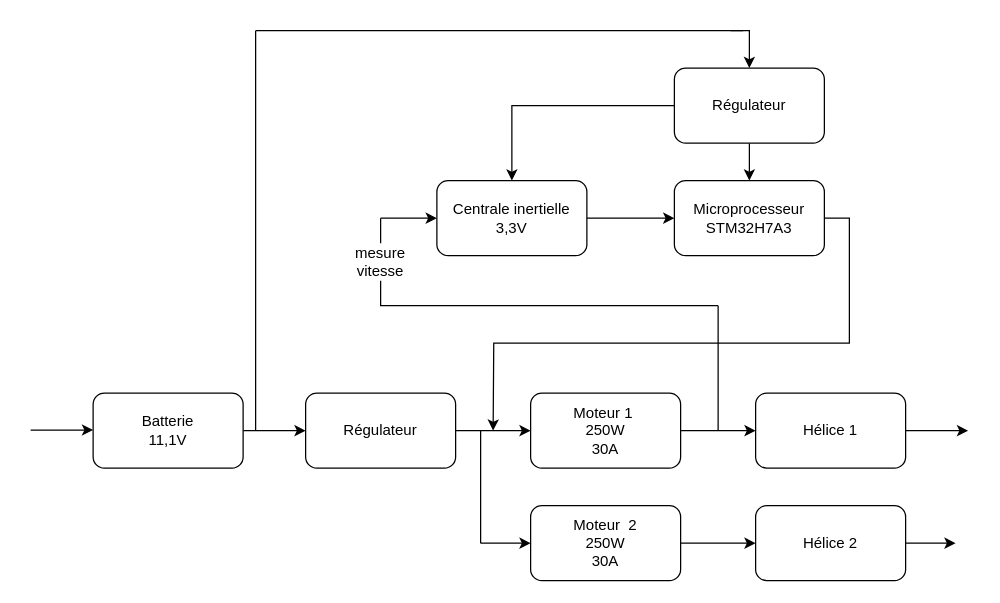
The draw.io diagram Diagramme sans nom.drawio in 0reoAurelien/projet-hovercraft, before the edit. Source tidied: cells renumbered, new cells numbered last; positions are measured from the earlier drawing's top-left corner, leaving out a move shared by most shapes. Both pictures are drawn from the tidied source at 125%, with x=0, y=0 at pixel (30, 30).
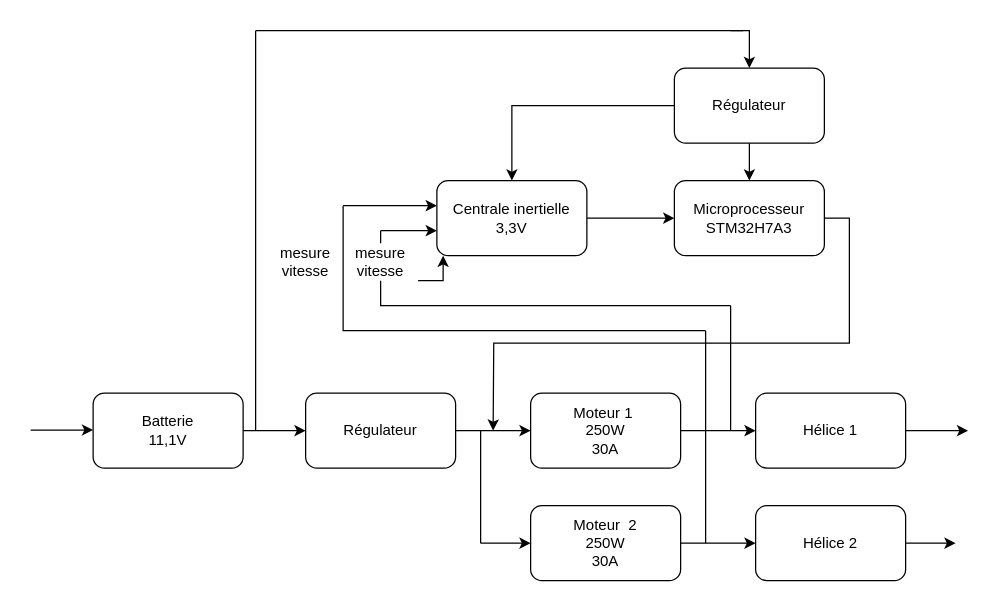
The same page after the edit.

Unchanged cells that the change refers to:
```xml
<mxCell id="5" value="Centrale inertielle&lt;br&gt;3,3V" style="rounded=1;whiteSpace=wrap;html=1;" parent="1" vertex="1">
  <mxGeometry x="325" y="120" width="120" height="60" as="geometry" />
</mxCell>
<mxCell id="31" value="mesure vitesse" style="text;html=1;strokeColor=none;fillColor=none;align=center;verticalAlign=middle;whiteSpace=wrap;rounded=0;" parent="1" vertex="1">
  <mxGeometry x="250" y="170" width="60" height="30" as="geometry" />
</mxCell>
```

Diff of the diagram source:
```diff
@@
     <mxCell id="17" style="endArrow=classic;html=1;rounded=0;" parent="1" edge="1">
       <mxGeometry relative="1" as="geometry">
-        <mxPoint x="280" y="150" as="sourcePoint" />
-        <mxPoint x="325" y="150" as="targetPoint" />
+        <mxPoint x="280" y="160" as="sourcePoint" />
+        <mxPoint x="325" y="160" as="targetPoint" />
       </mxGeometry>
     </mxCell>
     <mxCell id="18" style="endArrow=none;html=1;rounded=0;" parent="1" edge="1">
       <mxGeometry relative="1" as="geometry">
-        <mxPoint x="550" y="320" as="sourcePoint" />
-        <mxPoint x="550" y="220" as="targetPoint" />
+        <mxPoint x="560" y="320" as="sourcePoint" />
+        <mxPoint x="560" y="220" as="targetPoint" />
       </mxGeometry>
     </mxCell>
@@
     <mxCell id="26" style="endArrow=none;html=1;rounded=0;" parent="1" edge="1" source="31">
       <mxGeometry relative="1" as="geometry">
-        <mxPoint x="280" y="150" as="targetPoint" />
+        <mxPoint x="280" y="160" as="targetPoint" />
       </mxGeometry>
     </mxCell>
@@
     <mxCell id="30" style="endArrow=none;html=1;rounded=0;" parent="1" edge="1" target="31">
       <mxGeometry relative="1" as="geometry">
-        <mxPoint x="550" y="220" as="sourcePoint" />
+        <mxPoint x="560" y="220" as="sourcePoint" />
         <Array as="points">
           <mxPoint x="280" y="220" />
         </Array>
       </mxGeometry>
     </mxCell>
+    <mxCell id="32" style="edgeStyle=orthogonalEdgeStyle;rounded=0;jettySize=auto;html=1;" parent="1" edge="1" source="31" target="5">
+      <mxGeometry relative="1" as="geometry">
+        <Array as="points">
+          <mxPoint x="330" y="200" />
+        </Array>
+      </mxGeometry>
+    </mxCell>
@@
+    <mxCell id="33" style="endArrow=none;html=1;rounded=0;" parent="1" edge="1">
+      <mxGeometry relative="1" as="geometry">
+        <mxPoint x="540" y="410" as="sourcePoint" />
+        <mxPoint x="540" y="240" as="targetPoint" />
+      </mxGeometry>
+    </mxCell>
+    <mxCell id="34" style="endArrow=none;html=1;rounded=0;" parent="1" edge="1">
+      <mxGeometry relative="1" as="geometry">
+        <mxPoint x="540" y="240" as="sourcePoint" />
+        <mxPoint x="250" y="140" as="targetPoint" />
+        <Array as="points">
+          <mxPoint x="250" y="240" />
+        </Array>
+      </mxGeometry>
+    </mxCell>
+    <mxCell id="35" style="endArrow=classic;html=1;rounded=0;" parent="1" edge="1">
+      <mxGeometry relative="1" as="geometry">
+        <mxPoint x="250" y="140" as="sourcePoint" />
+        <mxPoint x="325" y="140" as="targetPoint" />
+      </mxGeometry>
+    </mxCell>
+    <mxCell id="36" value="mesure vitesse" style="text;html=1;strokeColor=none;fillColor=none;align=center;verticalAlign=middle;whiteSpace=wrap;rounded=0;" parent="1" vertex="1">
+      <mxGeometry x="190" y="170" width="60" height="30" as="geometry" />
+    </mxCell>
```
